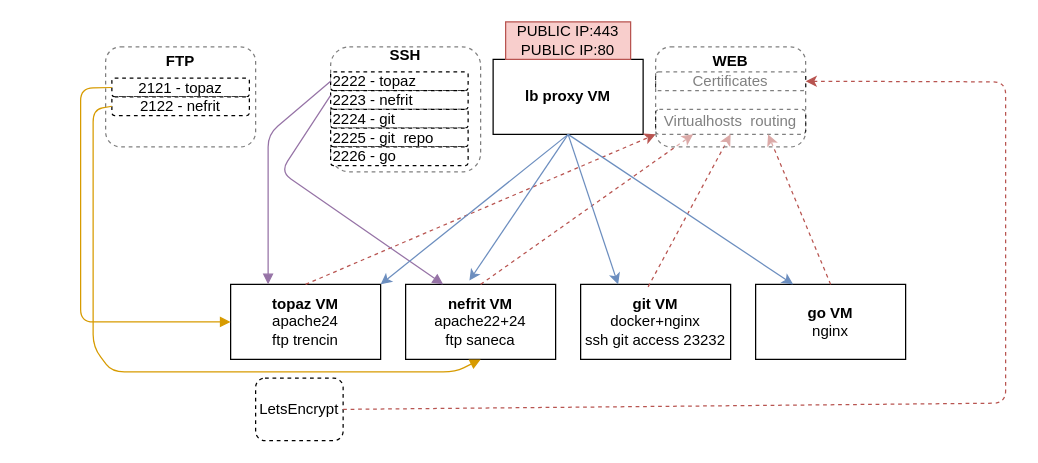
Earlier version of the draw.io diagram lb-draft.drawio (maniac0r/audio). Source tidied: cells renumbered, new cells numbered last; positions are measured from the earlier drawing's top-left corner, leaving out a move shared by most shapes. Both pictures are drawn from the tidied source at 125%, with x=0, y=0 at pixel (80, 21).
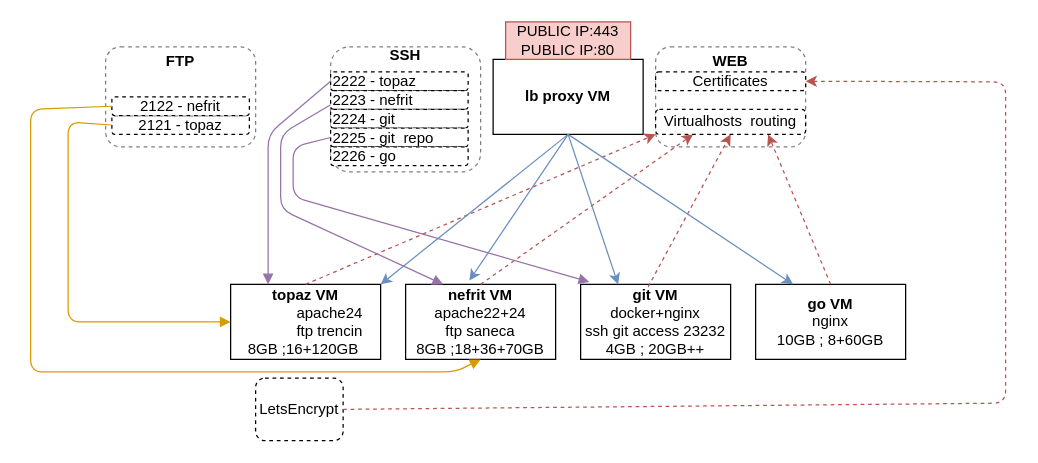
The same page after the edit.

Unchanged cells that the change refers to:
```xml
<mxCell id="19" value="2223 - nefrit" style="rounded=1;whiteSpace=wrap;html=1;dashed=1;align=left;" parent="1" vertex="1">
  <mxGeometry x="200" y="55" width="110" height="15" as="geometry" />
</mxCell>
<mxCell id="21" value="2225 - git &amp;nbsp;repo" style="rounded=1;whiteSpace=wrap;html=1;dashed=1;align=left;" parent="1" vertex="1">
  <mxGeometry x="200" y="85" width="110" height="15" as="geometry" />
</mxCell>
<mxCell id="26" value="2122 - nefrit" style="rounded=1;whiteSpace=wrap;html=1;dashed=1;" parent="1" vertex="1">
  <mxGeometry x="25" y="60" width="110" height="15" as="geometry" />
</mxCell>
```

Change to the diagram source:
```diff
@@
+    <mxCell id="16" value="&lt;b&gt;WEB&lt;br&gt;&lt;br&gt;&lt;br&gt;&lt;br&gt;&lt;br&gt;&lt;/b&gt;" style="rounded=1;whiteSpace=wrap;html=1;dashed=1;opacity=50;" parent="1" vertex="1">
+      <mxGeometry x="460" y="20" width="120" height="80" as="geometry" />
+    </mxCell>
-    <mxCell id="2" value="&lt;b&gt;topaz VM&lt;br&gt;&lt;div style=&quot;text-align: right&quot;&gt;&lt;span style=&quot;font-weight: normal&quot;&gt;apache24&lt;/span&gt;&lt;/div&gt;&lt;/b&gt;&lt;div&gt;&lt;div style=&quot;text-align: right&quot;&gt;ftp trencin&lt;/div&gt;&lt;/div&gt;" style="rounded=0;whiteSpace=wrap;html=1;" parent="1" vertex="1">
+    <mxCell id="2" value="&lt;b&gt;topaz VM&lt;br&gt;&lt;div style=&quot;text-align: right&quot;&gt;&lt;span style=&quot;font-weight: normal&quot;&gt;apache24&lt;/span&gt;&lt;/div&gt;&lt;/b&gt;&lt;div&gt;&lt;div style=&quot;text-align: right&quot;&gt;ftp trencin&lt;/div&gt;&lt;/div&gt;&lt;div style=&quot;text-align: right&quot;&gt;8GB ;16+120GB&amp;nbsp;&lt;/div&gt;" style="rounded=0;whiteSpace=wrap;html=1;" parent="1" vertex="1">
       <mxGeometry x="120" y="210" width="120" height="60" as="geometry" />
     </mxCell>
-    <mxCell id="3" value="&lt;b&gt;nefrit VM&lt;br&gt;&lt;/b&gt;apache22+24&lt;br&gt;ftp saneca" style="rounded=0;whiteSpace=wrap;html=1;" parent="1" vertex="1">
+    <mxCell id="3" value="&lt;b&gt;nefrit VM&lt;br&gt;&lt;/b&gt;apache22+24&lt;br&gt;ftp saneca&lt;br&gt;8GB ;18+36+70GB" style="rounded=0;whiteSpace=wrap;html=1;" parent="1" vertex="1">
       <mxGeometry x="260" y="210" width="120" height="60" as="geometry" />
     </mxCell>
-    <mxCell id="4" value="&lt;b&gt;git VM&lt;br&gt;&lt;/b&gt;docker+nginx&lt;br&gt;ssh git access&amp;nbsp;23232" style="rounded=0;whiteSpace=wrap;html=1;" parent="1" vertex="1">
+    <mxCell id="4" value="&lt;b&gt;git VM&lt;br&gt;&lt;/b&gt;docker+nginx&lt;br&gt;ssh git access&amp;nbsp;23232&lt;br&gt;4GB ; 20GB++" style="rounded=0;whiteSpace=wrap;html=1;" parent="1" vertex="1">
       <mxGeometry x="400" y="210" width="120" height="60" as="geometry" />
     </mxCell>
-    <mxCell id="5" value="&lt;b&gt;go VM&lt;br&gt;&lt;/b&gt;nginx&lt;br&gt;" style="rounded=0;whiteSpace=wrap;html=1;" parent="1" vertex="1">
+    <mxCell id="5" value="&lt;b&gt;go VM&lt;br&gt;&lt;/b&gt;nginx&lt;br&gt;10GB ; 8+60GB" style="rounded=0;whiteSpace=wrap;html=1;" parent="1" vertex="1">
       <mxGeometry x="540" y="210" width="120" height="60" as="geometry" />
     </mxCell>
@@
-    <mxCell id="8" value="Certificates" style="rounded=1;whiteSpace=wrap;html=1;dashed=1;" parent="1" vertex="1">
-      <mxGeometry x="460" y="40" width="120" height="15" as="geometry" />
-    </mxCell>
@@
-    <mxCell id="11" value="Virtualhosts &amp;nbsp;routing" style="rounded=1;whiteSpace=wrap;html=1;dashed=1;" parent="1" vertex="1">
-      <mxGeometry x="460" y="70" width="120" height="20" as="geometry" />
-    </mxCell>
@@
-    <mxCell id="16" value="&lt;b&gt;WEB&lt;br&gt;&lt;br&gt;&lt;br&gt;&lt;br&gt;&lt;br&gt;&lt;/b&gt;" style="rounded=1;whiteSpace=wrap;html=1;dashed=1;opacity=50;" parent="1" vertex="1">
-      <mxGeometry x="460" y="20" width="120" height="80" as="geometry" />
-    </mxCell>
@@
-    <mxCell id="23" style="endArrow=block;html=1;exitX=0;exitY=0.25;exitDx=0;exitDy=0;entryX=0.25;entryY=0;entryDx=0;entryDy=0;endFill=1;fillColor=#e1d5e7;strokeColor=#9673a6;" parent="1" edge="1" source="19" target="3">
+    <mxCell id="23" style="endArrow=block;html=1;exitX=0;exitY=0.5;exitDx=0;exitDy=0;entryX=0.058;entryY=-0.033;entryDx=0;entryDy=0;endFill=1;fillColor=#e1d5e7;strokeColor=#9673a6;entryPerimeter=0;" parent="1" edge="1" source="21" target="4">
       <mxGeometry relative="1" as="geometry">
         <Array as="points">
-          <mxPoint x="160" y="120" />
+          <mxPoint x="170" y="100" />
+          <mxPoint x="170" y="140" />
         </Array>
       </mxGeometry>
     </mxCell>
@@
     <mxCell id="25" value="2121 - topaz" style="rounded=1;whiteSpace=wrap;html=1;dashed=1;" parent="1" vertex="1">
-      <mxGeometry x="25" y="45" width="110" height="15" as="geometry" />
+      <mxGeometry x="25" y="75" width="110" height="15" as="geometry" />
     </mxCell>
@@
     <mxCell id="27" style="endArrow=block;html=1;exitX=0;exitY=0.5;exitDx=0;exitDy=0;entryX=0;entryY=0.5;entryDx=0;entryDy=0;endFill=1;fillColor=#ffe6cc;strokeColor=#d79b00;" parent="1" edge="1" source="25" target="2">
       <mxGeometry relative="1" as="geometry">
         <Array as="points">
-          <mxPoint y="53" />
-          <mxPoint y="240" />
+          <mxPoint x="-10" y="80" />
+          <mxPoint x="-10" y="240" />
         </Array>
       </mxGeometry>
     </mxCell>
     <mxCell id="28" style="endArrow=block;html=1;exitX=0;exitY=0.5;exitDx=0;exitDy=0;entryX=0.5;entryY=1;entryDx=0;entryDy=0;endFill=1;fillColor=#ffe6cc;strokeColor=#d79b00;" parent="1" edge="1" source="26" target="3">
       <mxGeometry relative="1" as="geometry">
         <Array as="points">
-          <mxPoint x="10" y="70" />
-          <mxPoint x="10" y="260" />
+          <mxPoint x="-40" y="70" />
+          <mxPoint x="-40" y="170" />
+          <mxPoint x="-40" y="280" />
           <mxPoint x="25" y="280" />
           <mxPoint x="300" y="280" />
         </Array>
       </mxGeometry>
     </mxCell>
@@
+    <mxCell id="8" value="Certificates" style="rounded=1;whiteSpace=wrap;html=1;dashed=1;" parent="1" vertex="1">
+      <mxGeometry x="460" y="40" width="120" height="15" as="geometry" />
+    </mxCell>
+    <mxCell id="11" value="Virtualhosts &amp;nbsp;routing" style="rounded=1;whiteSpace=wrap;html=1;dashed=1;" parent="1" vertex="1">
+      <mxGeometry x="460" y="70" width="120" height="20" as="geometry" />
+    </mxCell>
+    <mxCell id="34" style="endArrow=block;html=1;exitX=0;exitY=0.75;exitDx=0;exitDy=0;entryX=0.25;entryY=0;entryDx=0;entryDy=0;endFill=1;fillColor=#e1d5e7;strokeColor=#9673a6;" parent="1" edge="1" source="19" target="3">
+      <mxGeometry relative="1" as="geometry">
+        <Array as="points">
+          <mxPoint x="160" y="90" />
+          <mxPoint x="160" y="150" />
+        </Array>
+      </mxGeometry>
+    </mxCell>
```
